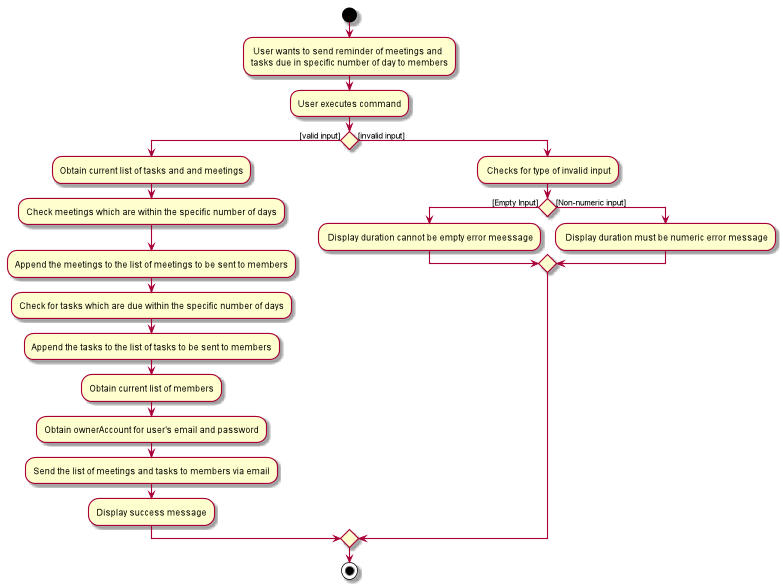
nus-cs2103-AY1920S1/addressbook-level3 keeps this PlantUML diagram as docs/images/SendReminderActivityDiagram.png. Above is the earlier version. Its diagram source:
```plantuml
@startuml
start
: User wants to send reminder of meetings and
tasks due in specific number of day to members;
:User executes command;

if () then ([valid input])
:Obtain current list of tasks and and meetings;
:Check meetings which are within the specific number of days;
:Append the meetings to the list of meetings to be sent to members;
:Check for tasks which are due within the specific number of days;
:Append the tasks to the list of tasks to be sent to members;
:Obtain current list of members;
:Obtain ownerAccount for user's email and password;
:Send the list of meetings and tasks to members via email;
:Display success message;
else ([invalid input])
: Checks for type of invalid input;
if () then ([Empty Input])
: Display duration cannot be empty error meessage;
else ([Non-numeric input])
: Display duration must be numeric error message;
endif
endif
stop
@enduml
```
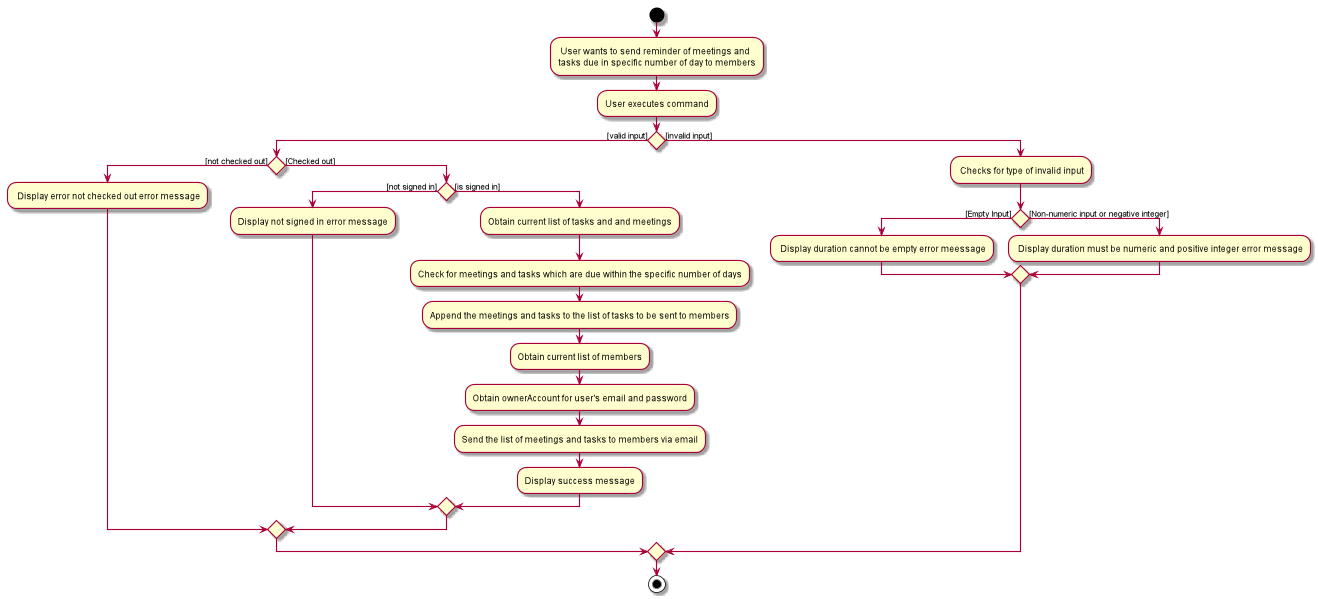
Later version of the same file.

The edit, as a diff of the source:
```diff
@@ -5,21 +5,30 @@
 :User executes command;
 
 if () then ([valid input])
+
+if () then ([not checked out])
+: Display error not checked out error message;
+
+else ([Checked out])
+if () then ([not signed in])
+:Display not signed in error message;
+else ([is signed in])
 :Obtain current list of tasks and and meetings;
-:Check meetings which are within the specific number of days;
-:Append the meetings to the list of meetings to be sent to members;
-:Check for tasks which are due within the specific number of days;
-:Append the tasks to the list of tasks to be sent to members;
+:Check for meetings and tasks which are due within the specific number of days;
+:Append the meetings and tasks to the list of tasks to be sent to members;
 :Obtain current list of members;
 :Obtain ownerAccount for user's email and password;
 :Send the list of meetings and tasks to members via email;
 :Display success message;
+endif
+endif
+
 else ([invalid input])
 : Checks for type of invalid input;
 if () then ([Empty Input])
 : Display duration cannot be empty error meessage;
-else ([Non-numeric input])
-: Display duration must be numeric error message;
+else ([Non-numeric input or negative integer])
+: Display duration must be numeric and positive integer error message;
 endif
 endif
 stop
```
